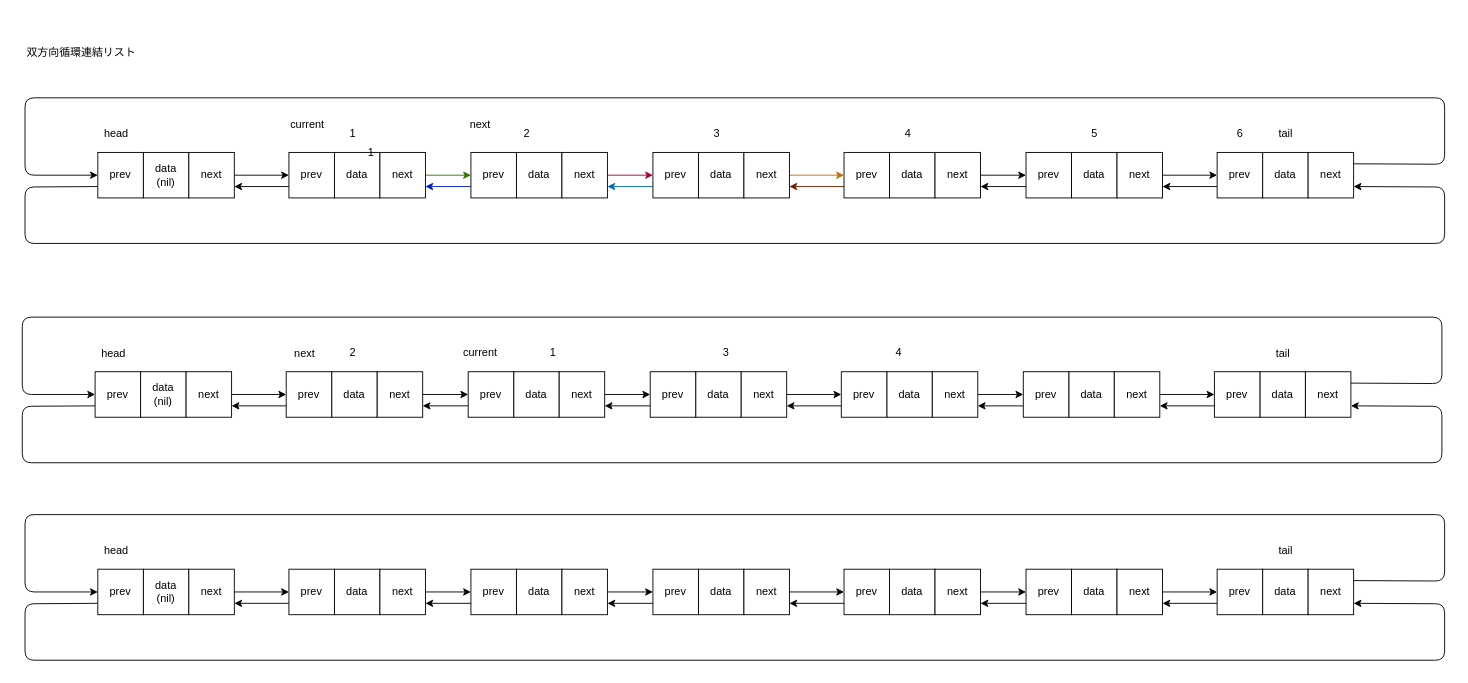
Earlier version of the draw.io diagram pushswap.drawio (Yoshifumi-Kitagawa-2/42_pushswap). Source tidied: cells renumbered, new cells numbered last; positions are measured from the earlier drawing's top-left corner, leaving out a move shared by most shapes. Both pictures are drawn from the tidied source at 91%, with x=0, y=0 at pixel (22, 43).
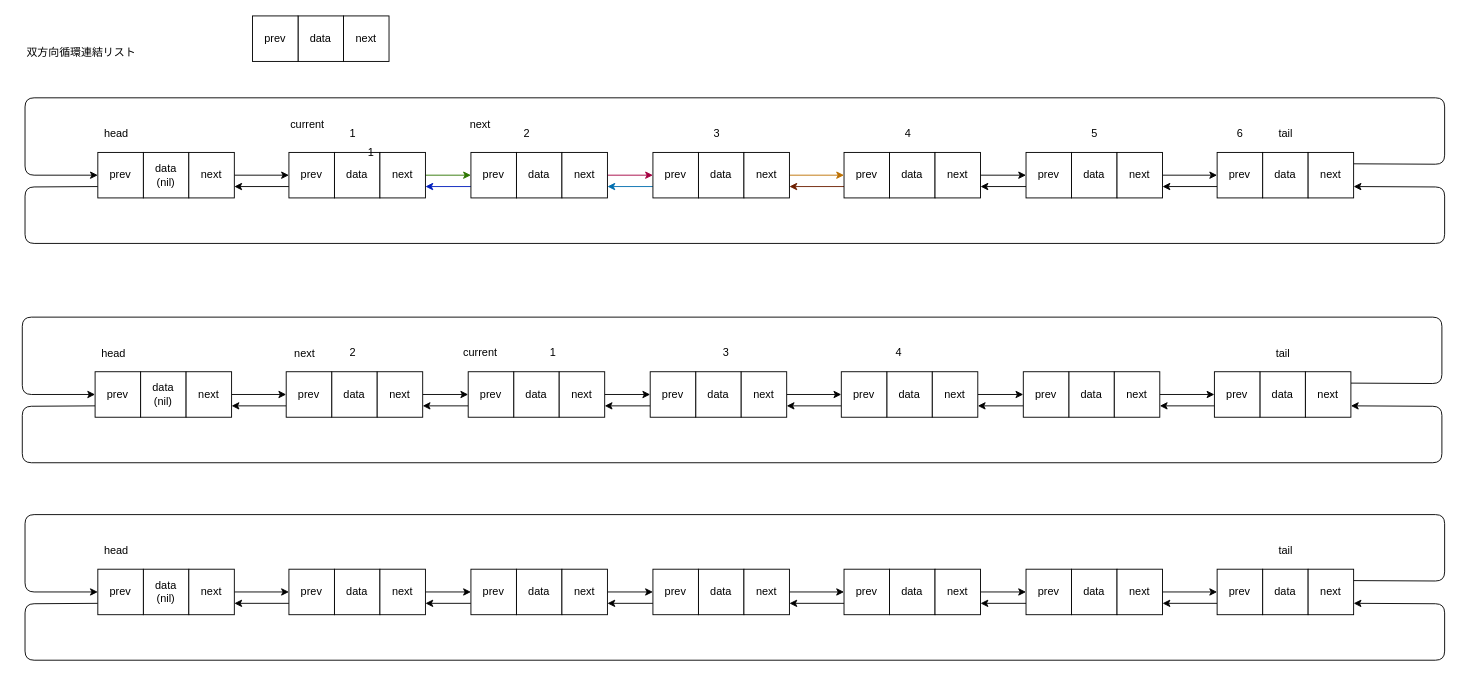
After the change.

Change to the diagram source:
```diff
@@
+    <mxCell id="129" value="data" style="rounded=0;whiteSpace=wrap;html=1;" parent="1" vertex="1">
+      <mxGeometry x="303" y="-30" width="50" height="50" as="geometry" />
+    </mxCell>
+    <mxCell id="130" value="next" style="rounded=0;whiteSpace=wrap;html=1;" parent="1" vertex="1">
+      <mxGeometry x="353" y="-30" width="50" height="50" as="geometry" />
+    </mxCell>
+    <mxCell id="131" value="prev" style="rounded=0;whiteSpace=wrap;html=1;" parent="1" vertex="1">
+      <mxGeometry x="253" y="-30" width="50" height="50" as="geometry" />
+    </mxCell>
```
